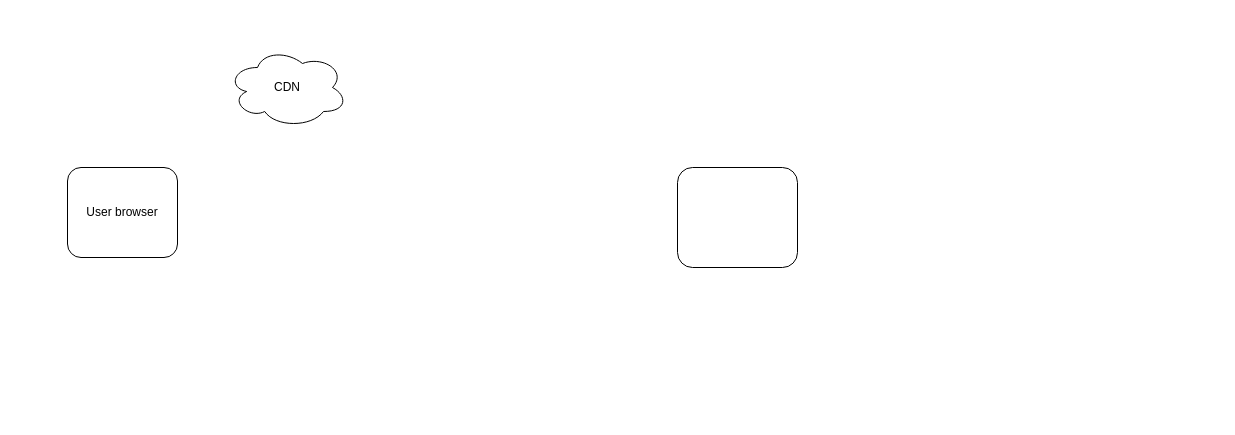
Earlier version of the draw.io diagram add click counter and aggregator/Add.drawio (vemarajusaikrishna/hld). Source tidied: cells renumbered, new cells numbered last; positions are measured from the earlier drawing's top-left corner, leaving out a move shared by most shapes. Both pictures are drawn from the tidied source at 100%, with x=0, y=0 at pixel (67, 47).
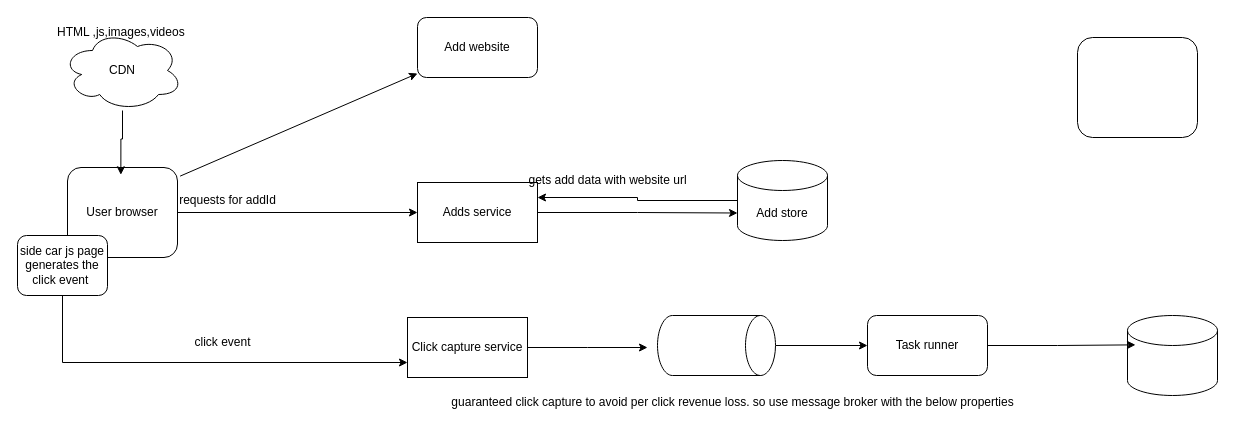
The same diagram, later.

The change refers to these unchanged cells:
```xml
<mxCell id="2" value="User browser" style="rounded=1;whiteSpace=wrap;html=1;" parent="1" vertex="1">
  <mxGeometry y="120" width="110" height="90" as="geometry" />
</mxCell>
```

What changed in the source:
```diff
@@
+    <mxCell id="5" style="edgeStyle=orthogonalEdgeStyle;rounded=0;jettySize=auto;html=1;entryX=0;entryY=0.5;entryDx=0;entryDy=0;" parent="1" edge="1" source="2" target="8">
+      <mxGeometry relative="1" as="geometry" />
+    </mxCell>
@@
     <mxCell id="3" style="rounded=1;whiteSpace=wrap;html=1;" parent="1" vertex="1">
-      <mxGeometry x="610" y="120" width="120" height="100" as="geometry" />
+      <mxGeometry x="1010" y="-10" width="120" height="100" as="geometry" />
     </mxCell>
     <mxCell id="4" value="CDN" style="ellipse;shape=cloud;whiteSpace=wrap;html=1;" parent="1" vertex="1">
-      <mxGeometry x="160" width="120" height="80" as="geometry" />
+      <mxGeometry x="-5" y="-17" width="120" height="80" as="geometry" />
     </mxCell>
+    <mxCell id="6" style="edgeStyle=orthogonalEdgeStyle;rounded=0;jettySize=auto;html=1;entryX=0.485;entryY=0.081;entryDx=0;entryDy=0;entryPerimeter=0;" parent="1" edge="1" source="4" target="2">
+      <mxGeometry relative="1" as="geometry" />
+    </mxCell>
+    <mxCell id="7" value="HTML ,js,images,videos&amp;nbsp;" style="text;html=1;align=center;verticalAlign=middle;strokeColor=none;fillColor=none;" parent="1" vertex="1">
+      <mxGeometry x="-20" y="-30" width="150" height="30" as="geometry" />
+    </mxCell>
+    <mxCell id="8" value="Adds service" style="rounded=0;whiteSpace=wrap;html=1;" parent="1" vertex="1">
+      <mxGeometry x="350" y="135" width="120" height="60" as="geometry" />
+    </mxCell>
+    <mxCell id="9" value="requests for addId" style="text;html=1;align=center;verticalAlign=middle;strokeColor=none;fillColor=none;" parent="1" vertex="1">
+      <mxGeometry x="100" y="138" width="120" height="30" as="geometry" />
+    </mxCell>
+    <mxCell id="10" style="edgeStyle=orthogonalEdgeStyle;rounded=0;jettySize=auto;html=1;" parent="1" edge="1" source="11">
+      <mxGeometry relative="1" as="geometry">
+        <mxPoint x="580" y="300" as="targetPoint" />
+      </mxGeometry>
+    </mxCell>
+    <mxCell id="11" value="Click capture service" style="rounded=0;whiteSpace=wrap;html=1;" parent="1" vertex="1">
+      <mxGeometry x="340" y="270" width="120" height="60" as="geometry" />
+    </mxCell>
+    <mxCell id="12" value="click event" style="text;html=1;align=center;verticalAlign=middle;strokeColor=none;fillColor=none;" parent="1" vertex="1">
+      <mxGeometry x="115" y="280" width="80" height="30" as="geometry" />
+    </mxCell>
+    <mxCell id="13" style="edgeStyle=orthogonalEdgeStyle;rounded=0;jettySize=auto;html=1;entryX=1;entryY=0.25;entryDx=0;entryDy=0;" parent="1" edge="1" source="14" target="8">
+      <mxGeometry relative="1" as="geometry" />
+    </mxCell>
+    <mxCell id="14" value="Add store" style="shape=cylinder3;whiteSpace=wrap;html=1;boundedLbl=1;backgroundOutline=1;size=15;" parent="1" vertex="1">
+      <mxGeometry x="670" y="113" width="90" height="80" as="geometry" />
+    </mxCell>
+    <mxCell id="15" style="edgeStyle=orthogonalEdgeStyle;rounded=0;jettySize=auto;html=1;entryX=0;entryY=0;entryDx=0;entryDy=52.5;entryPerimeter=0;" parent="1" edge="1" source="8" target="14">
+      <mxGeometry relative="1" as="geometry" />
+    </mxCell>
+    <mxCell id="16" style="edgeStyle=orthogonalEdgeStyle;rounded=0;jettySize=auto;html=1;" parent="1" edge="1" source="17" target="18">
+      <mxGeometry relative="1" as="geometry" />
+    </mxCell>
+    <mxCell id="17" style="shape=cylinder3;whiteSpace=wrap;html=1;boundedLbl=1;backgroundOutline=1;size=15;rotation=90;" parent="1" vertex="1">
+      <mxGeometry x="619" y="239" width="60" height="118" as="geometry" />
+    </mxCell>
+    <mxCell id="18" value="Task runner" style="rounded=1;whiteSpace=wrap;html=1;" parent="1" vertex="1">
+      <mxGeometry x="800" y="268" width="120" height="60" as="geometry" />
+    </mxCell>
+    <mxCell id="19" style="shape=cylinder3;whiteSpace=wrap;html=1;boundedLbl=1;backgroundOutline=1;size=15;" parent="1" vertex="1">
+      <mxGeometry x="1060" y="268" width="90" height="80" as="geometry" />
+    </mxCell>
+    <mxCell id="20" style="edgeStyle=orthogonalEdgeStyle;rounded=0;jettySize=auto;html=1;entryX=0.089;entryY=0.367;entryDx=0;entryDy=0;entryPerimeter=0;" parent="1" edge="1" source="18" target="19">
+      <mxGeometry relative="1" as="geometry" />
+    </mxCell>
+    <mxCell id="21" style="edgeStyle=orthogonalEdgeStyle;rounded=0;jettySize=auto;html=1;entryX=0;entryY=0.75;entryDx=0;entryDy=0;" parent="1" edge="1" source="22" target="11">
+      <mxGeometry relative="1" as="geometry">
+        <Array as="points">
+          <mxPoint x="-5" y="315" />
+        </Array>
+      </mxGeometry>
+    </mxCell>
+    <mxCell id="22" value="side car js page&lt;div&gt;generates the click event&amp;nbsp;&lt;/div&gt;" style="rounded=1;whiteSpace=wrap;html=1;" parent="1" vertex="1">
+      <mxGeometry x="-50" y="188" width="90" height="60" as="geometry" />
+    </mxCell>
+    <mxCell id="23" value="gets add data with website url" style="text;html=1;align=center;verticalAlign=middle;strokeColor=none;fillColor=none;" parent="1" vertex="1">
+      <mxGeometry x="450" y="118" width="180" height="30" as="geometry" />
+    </mxCell>
+    <mxCell id="24" style="endArrow=classic;html=1;rounded=0;exitX=1.024;exitY=0.096;exitDx=0;exitDy=0;exitPerimeter=0;" parent="1" edge="1" source="2" target="25">
+      <mxGeometry relative="1" as="geometry" />
+    </mxCell>
+    <mxCell id="25" value="Add website" style="rounded=1;whiteSpace=wrap;html=1;" parent="1" vertex="1">
+      <mxGeometry x="350" y="-30" width="120" height="60" as="geometry" />
+    </mxCell>
+    <mxCell id="26" value="guaranteed click capture to avoid per click revenue loss. so use message broker with the below properties" style="text;html=1;align=center;verticalAlign=middle;strokeColor=none;fillColor=none;" parent="1" vertex="1">
+      <mxGeometry x="370" y="340" width="590" height="30" as="geometry" />
+    </mxCell>
```
